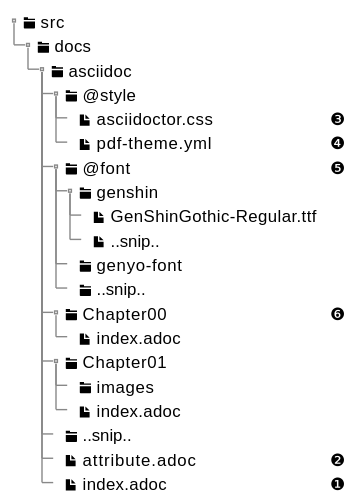
Above: docs/Chapter02/images/directory-structure-3.svg in h1romas4/asciidoctor-gradle-template (PlantUML), before the change. Its source is kept beside it as src/docs/asciidoc/Chapter02/puml/directory-structure-3.puml. Its diagram source:
```plantuml
@startsalt directory-structure-3
{
{T
 + <&folder> src
 ++ <&folder> docs
 +++ <&folder> asciidoc
 ++++ <&folder> @style
 +++++ <&file> asciidoctor.css              | ❸
 +++++ <&file> pdf-theme.yml                | ❹
 ++++ <&folder> @font                       | ❺
 +++++ <&folder> genshin
 ++++++ <&file> GenShinGothic-Regular.ttf
 ++++++ <&file> ..snip..
 +++++ <&folder> genyo-font
 +++++ <&folder> ..snip..
 ++++ <&folder> Chapter00                   | ❻
 +++++ <&file> index.adoc
 ++++ <&folder> Chapter01
 +++++ <&folder> images
 +++++ <&file> index.adoc
 ++++ <&folder> ..snip..
 ++++ <&file> attribute.adoc                | ❷
 ++++ <&file> index.adoc                    | ❶
}
}
@endsalt
```
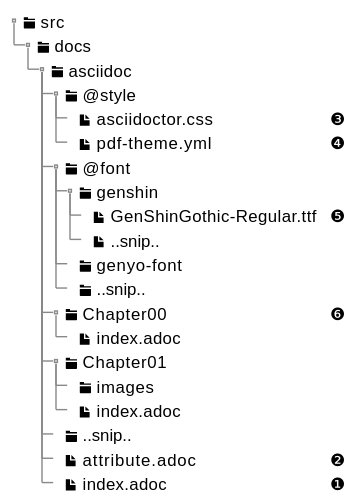
Above is the later version.

What changed in the source:
```diff
@@ -7,9 +7,9 @@
  ++++ <&folder> @style
  +++++ <&file> asciidoctor.css              | ❸
  +++++ <&file> pdf-theme.yml                | ❹
- ++++ <&folder> @font                       | ❺
+ ++++ <&folder> @font
  +++++ <&folder> genshin
- ++++++ <&file> GenShinGothic-Regular.ttf
+ ++++++ <&file> GenShinGothic-Regular.ttf   | ❺
  ++++++ <&file> ..snip..
  +++++ <&folder> genyo-font
  +++++ <&folder> ..snip..
```
